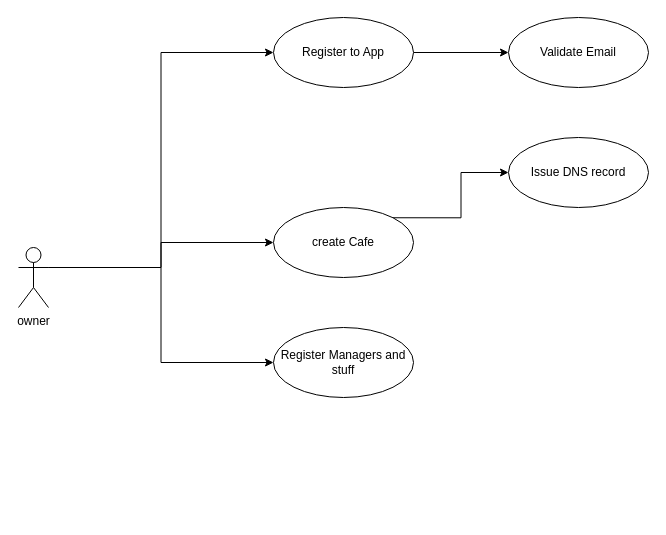
Above: Owner_useCase.drawio in perandr/horeca (draw.io), before the change. Source tidied: cells renumbered, new cells numbered last; positions are measured from the earlier drawing's top-left corner, leaving out a move shared by most shapes. Both pictures are drawn from the tidied source at 100%, with x=0, y=0 at pixel (18, 17).
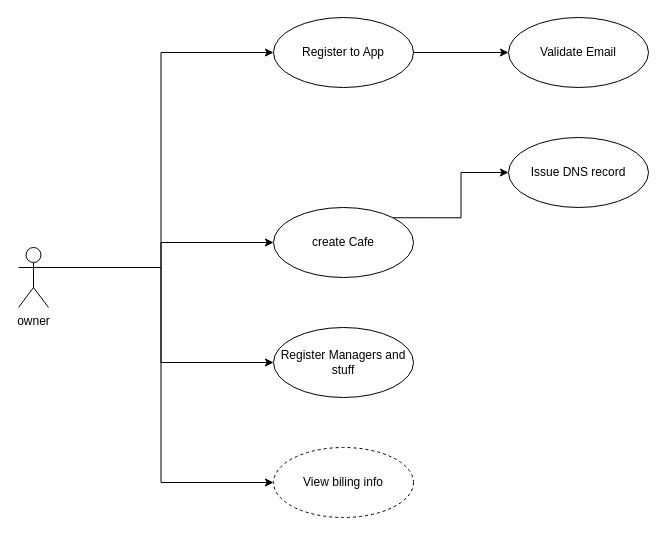
The same diagram, later.

What changed in the source:
```diff
@@
 <mxGraphModel>
   <root>
     <mxCell id="0" />
     <mxCell id="1" parent="0" />
     <mxCell id="2" style="edgeStyle=orthogonalEdgeStyle;rounded=0;jettySize=auto;html=1;exitX=1;exitY=0.3333333333333333;exitDx=0;exitDy=0;exitPerimeter=0;entryX=0;entryY=0.5;entryDx=0;entryDy=0;" parent="1" edge="1" source="5" target="7">
       <mxGeometry relative="1" as="geometry" />
     </mxCell>
     <mxCell id="3" style="edgeStyle=orthogonalEdgeStyle;rounded=0;jettySize=auto;html=1;exitX=1;exitY=0.3333333333333333;exitDx=0;exitDy=0;exitPerimeter=0;entryX=0;entryY=0.5;entryDx=0;entryDy=0;" parent="1" edge="1" source="5" target="11">
       <mxGeometry relative="1" as="geometry" />
     </mxCell>
     <mxCell id="4" style="edgeStyle=orthogonalEdgeStyle;rounded=0;jettySize=auto;html=1;exitX=1;exitY=0.3333333333333333;exitDx=0;exitDy=0;exitPerimeter=0;entryX=0;entryY=0.5;entryDx=0;entryDy=0;" parent="1" edge="1" source="5" target="9">
       <mxGeometry relative="1" as="geometry" />
     </mxCell>
+    <mxCell id="13" style="edgeStyle=orthogonalEdgeStyle;rounded=0;jettySize=auto;html=1;exitX=1;exitY=0.3333333333333333;exitDx=0;exitDy=0;exitPerimeter=0;entryX=0;entryY=0.5;entryDx=0;entryDy=0;" parent="1" edge="1" source="5" target="14">
+      <mxGeometry relative="1" as="geometry" />
+    </mxCell>
     <mxCell id="5" value="owner" style="shape=umlActor;verticalLabelPosition=bottom;labelBackgroundColor=#ffffff;verticalAlign=top;html=1;" parent="1" vertex="1">
       <mxGeometry y="230" width="30" height="60" as="geometry" />
     </mxCell>
     <mxCell id="6" style="edgeStyle=orthogonalEdgeStyle;rounded=0;jettySize=auto;html=1;exitX=1;exitY=0;exitDx=0;exitDy=0;" parent="1" edge="1" source="7" target="8">
       <mxGeometry relative="1" as="geometry" />
     </mxCell>
     <mxCell id="7" value="create Cafe" style="ellipse;whiteSpace=wrap;html=1;" parent="1" vertex="1">
       <mxGeometry x="255" y="190" width="140" height="70" as="geometry" />
     </mxCell>
     <mxCell id="8" value="Issue DNS record" style="ellipse;whiteSpace=wrap;html=1;" parent="1" vertex="1">
       <mxGeometry x="490" y="120" width="140" height="70" as="geometry" />
     </mxCell>
     <mxCell id="9" value="Register Managers and stuff" style="ellipse;whiteSpace=wrap;html=1;" parent="1" vertex="1">
       <mxGeometry x="255" y="310" width="140" height="70" as="geometry" />
     </mxCell>
     <mxCell id="10" style="edgeStyle=orthogonalEdgeStyle;rounded=0;jettySize=auto;html=1;exitX=1;exitY=0.5;exitDx=0;exitDy=0;" parent="1" edge="1" source="11" target="12">
       <mxGeometry relative="1" as="geometry" />
     </mxCell>
     <mxCell id="11" value="Register to App" style="ellipse;whiteSpace=wrap;html=1;" parent="1" vertex="1">
       <mxGeometry x="255" width="140" height="70" as="geometry" />
     </mxCell>
     <mxCell id="12" value="Validate Email" style="ellipse;whiteSpace=wrap;html=1;" parent="1" vertex="1">
       <mxGeometry x="490" width="140" height="70" as="geometry" />
     </mxCell>
+    <mxCell id="14" value="View biling info" style="ellipse;whiteSpace=wrap;html=1;dashed=1;" parent="1" vertex="1">
+      <mxGeometry x="255" y="430" width="140" height="70" as="geometry" />
+    </mxCell>
   </root>
 </mxGraphModel>
```
